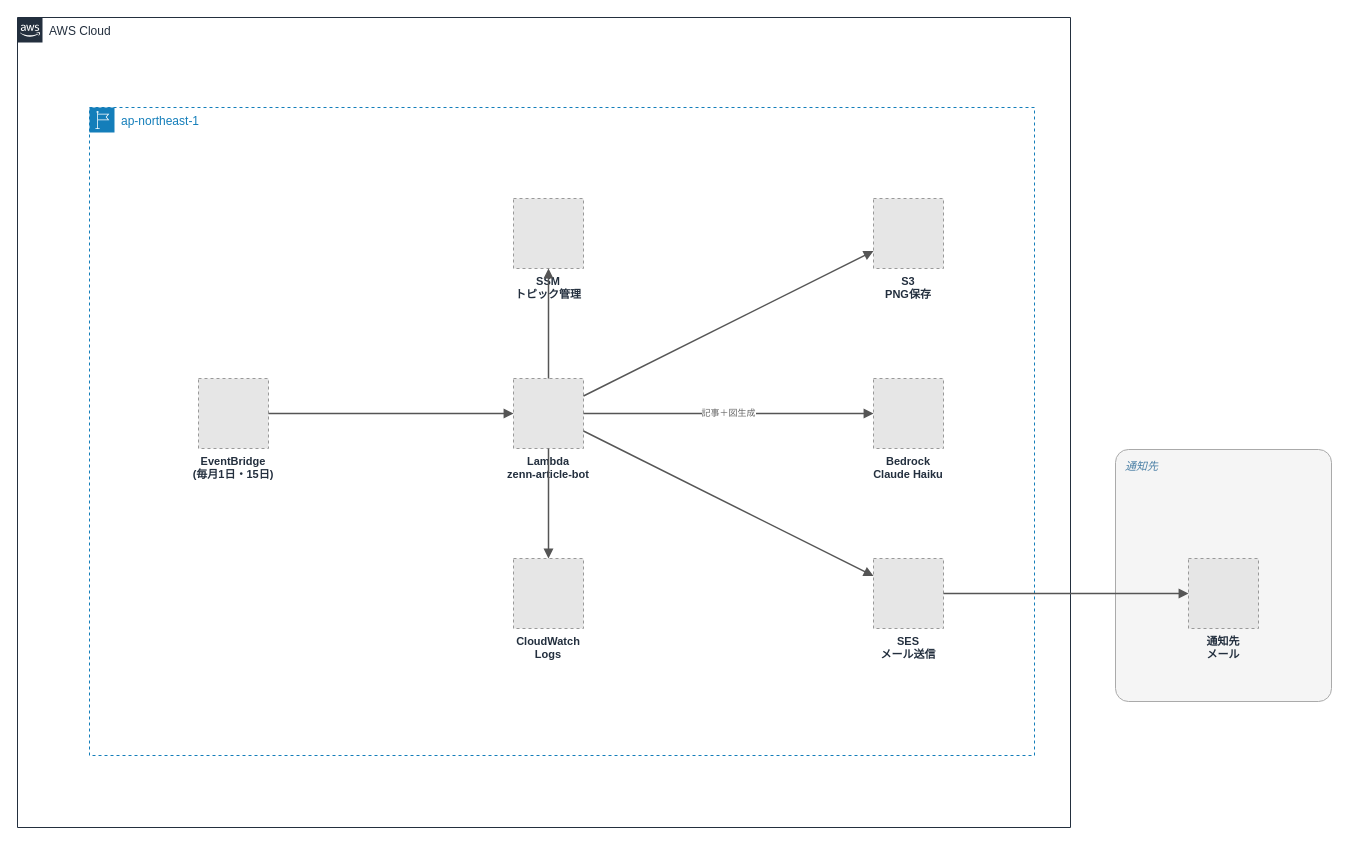
This is 002_zenn-article-bot/images/002_architecture.drawio from Zer0-1179/Zer0-public, a draw.io file, before an edit. Source tidied: cells renumbered, new cells numbered last; positions are measured from the earlier drawing's top-left corner, leaving out a move shared by most shapes. Both pictures are drawn from the tidied source at 100%, with x=0, y=0 at pixel (17, 17). Pictures stored in the file or linked from it are replaced by grey dashed boxes.
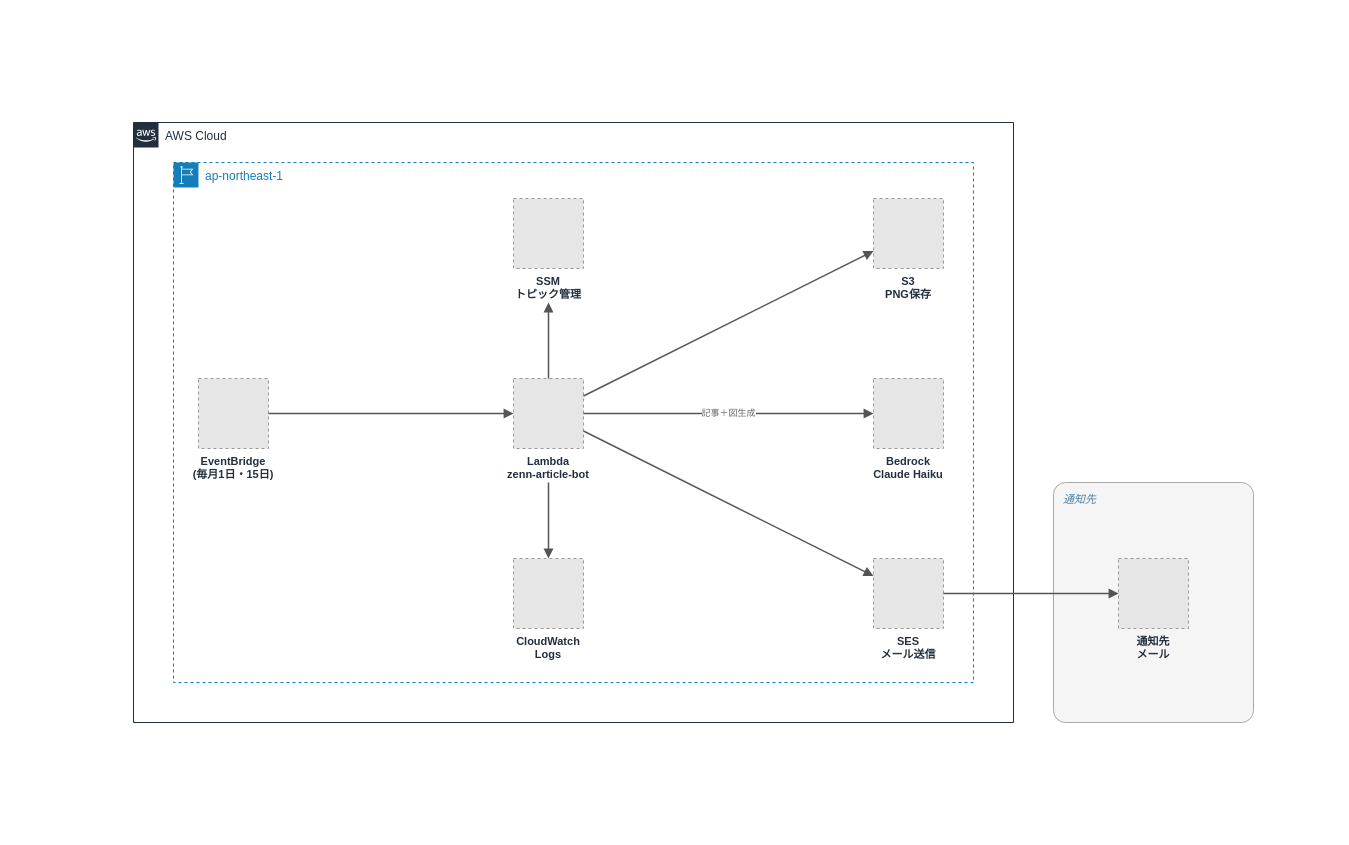
After the change.

The change refers to these unchanged cells:
```xml
<mxCell id="6" value="Lambda&#10;zenn-article-bot" style="fillColor=#E6E6E6;strokeColor=#999999;dashed=1;verticalLabelPosition=bottom;verticalAlign=top;labelBackgroundColor=none;fontSize=11;fontStyle=1;fontColor=#232F3E;" parent="1" vertex="1">
  <mxGeometry x="496" y="361" width="70" height="70" as="geometry" />
</mxCell>
<mxCell id="8" value="SSM&#10;トピック管理" style="fillColor=#E6E6E6;strokeColor=#999999;dashed=1;verticalLabelPosition=bottom;verticalAlign=top;labelBackgroundColor=none;fontSize=11;fontStyle=1;fontColor=#232F3E;" parent="1" vertex="1">
  <mxGeometry x="496" y="181" width="70" height="70" as="geometry" />
</mxCell>
<mxCell id="10" value="CloudWatch&#10;Logs" style="fillColor=#E6E6E6;strokeColor=#999999;dashed=1;verticalLabelPosition=bottom;verticalAlign=top;labelBackgroundColor=none;fontSize=11;fontStyle=1;fontColor=#232F3E;" parent="1" vertex="1">
  <mxGeometry x="496" y="541" width="70" height="70" as="geometry" />
</mxCell>
```

What changed in the source:
```diff
@@
     <mxCell id="2" value="AWS Cloud" style="gradientColor=none;html=1;whiteSpace=wrap;fontSize=12;fontStyle=0;shape=mxgraph.aws4.group;grIcon=mxgraph.aws4.group_aws_cloud_alt;strokeColor=#232F3E;fillColor=none;verticalAlign=top;align=left;spacingLeft=30;fontColor=#232F3E;dashed=0;" parent="1" vertex="1">
-      <mxGeometry width="1053" height="810" as="geometry" />
+      <mxGeometry x="116" y="105" width="880" height="600" as="geometry" />
     </mxCell>
     <mxCell id="3" value="通知先" style="rounded=1;arcSize=6;whiteSpace=wrap;html=1;fillColor=#F5F5F5;strokeColor=#AAAAAA;verticalAlign=top;align=left;spacingLeft=8;spacingTop=4;fontColor=#4A7FA5;fontStyle=2;fontSize=11;" parent="1" vertex="1">
-      <mxGeometry x="1098" y="432" width="216" height="252" as="geometry" />
+      <mxGeometry x="1036" y="465" width="200" height="240" as="geometry" />
     </mxCell>
-    <mxCell id="4" value="ap-northeast-1" style="gradientColor=none;html=1;whiteSpace=wrap;fontSize=12;fontStyle=0;shape=mxgraph.aws4.group;grIcon=mxgraph.aws4.group_region;strokeColor=#147EBA;fillColor=none;verticalAlign=top;align=left;spacingLeft=30;fontColor=#147EBA;dashed=1;" parent="2" vertex="1">
-      <mxGeometry x="72" y="90" width="945" height="648" as="geometry" />
-    </mxCell>
@@
     <mxCell id="12" value="通知先&#10;メール" style="fillColor=#E6E6E6;strokeColor=#999999;dashed=1;verticalLabelPosition=bottom;verticalAlign=top;labelBackgroundColor=none;fontSize=11;fontStyle=1;fontColor=#232F3E;" parent="1" vertex="1">
-      <mxGeometry x="1171" y="541" width="70" height="70" as="geometry" />
+      <mxGeometry x="1101" y="541" width="70" height="70" as="geometry" />
     </mxCell>
@@
-    <mxCell id="15" style="endArrow=block;html=1;rounded=0;edgeStyle=none;strokeColor=#555555;strokeWidth=1.5;fontSize=9;fontColor=#666666;labelBackgroundColor=#FFFFFF;" parent="1" edge="1" source="6" target="8">
-      <mxGeometry relative="1" as="geometry" />
+    <mxCell id="15" style="endArrow=block;html=1;rounded=0;edgeStyle=none;strokeColor=#555555;strokeWidth=1.5;fontSize=9;fontColor=#666666;labelBackgroundColor=#FFFFFF;" parent="1" edge="1" source="6">
+      <mxGeometry relative="1" as="geometry">
+        <mxPoint x="531" y="285" as="targetPoint" />
+      </mxGeometry>
     </mxCell>
@@
-    <mxCell id="17" style="endArrow=block;html=1;rounded=0;edgeStyle=none;strokeColor=#555555;strokeWidth=1.5;fontSize=9;fontColor=#666666;labelBackgroundColor=#FFFFFF;" parent="1" edge="1" source="6" target="10">
-      <mxGeometry relative="1" as="geometry" />
+    <mxCell id="17" style="endArrow=block;html=1;rounded=0;edgeStyle=none;strokeColor=#555555;strokeWidth=1.5;fontSize=9;fontColor=#666666;labelBackgroundColor=#FFFFFF;" parent="1" edge="1" target="10">
+      <mxGeometry relative="1" as="geometry">
+        <mxPoint x="531" y="465" as="sourcePoint" />
+      </mxGeometry>
     </mxCell>
@@
+    <mxCell id="4" value="ap-northeast-1" style="gradientColor=none;html=1;whiteSpace=wrap;fontSize=12;fontStyle=0;shape=mxgraph.aws4.group;grIcon=mxgraph.aws4.group_region;strokeColor=#147EBA;fillColor=none;verticalAlign=top;align=left;spacingLeft=30;fontColor=#147EBA;dashed=1;" parent="1" vertex="1">
+      <mxGeometry x="156" y="145" width="800" height="520" as="geometry" />
+    </mxCell>
```
